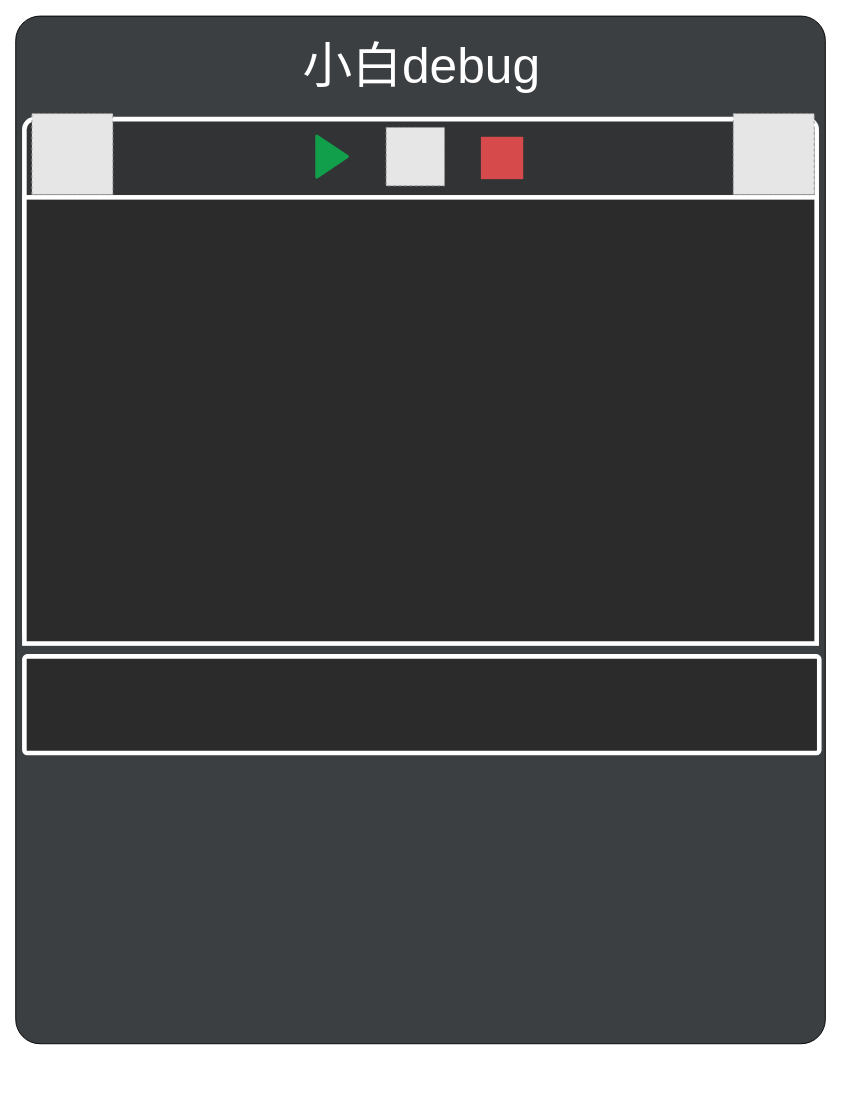
Earlier version of the draw.io diagram network/视频窗口-黑屏.drawio (xiaobaiTech/image). Source tidied: cells renumbered, new cells numbered last; positions are measured from the earlier drawing's top-left corner, leaving out a move shared by most shapes. Both pictures are drawn from the tidied source at 92%, with x=0, y=0 at pixel (16, 16). Pictures stored in the file or linked from it are replaced by grey dashed boxes.
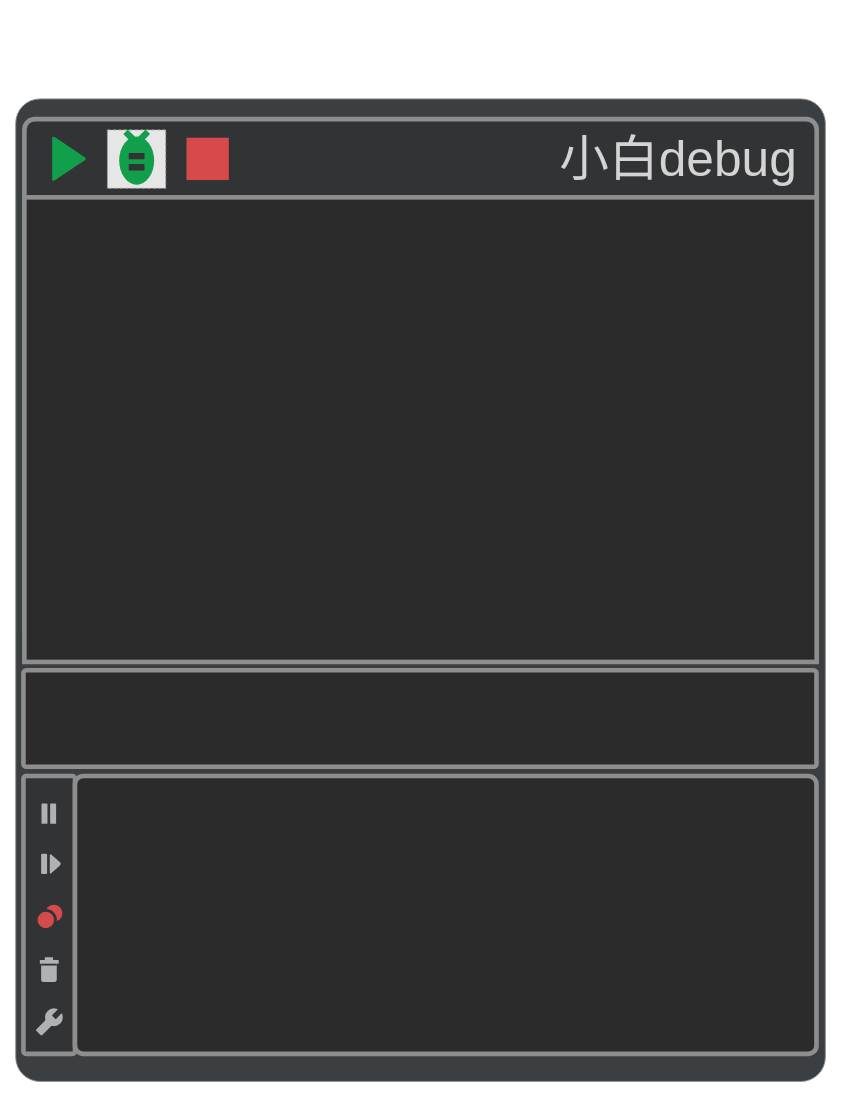
The same page after the edit.

Commit message:
更新视频窗口-黑屏.drawio

What changed in the source:
```diff
@@
-    <mxCell id="2" style="rounded=1;whiteSpace=wrap;html=1;arcSize=3;fillColor=#3b3f41;" parent="1" vertex="1">
-      <mxGeometry x="-0.4" width="880" height="1117" as="geometry" />
+    <mxCell id="2" style="rounded=1;whiteSpace=wrap;html=1;arcSize=3;fillColor=#3b3f41;strokeColor=#8E8E8E;" parent="1" vertex="1">
+      <mxGeometry x="-0.4" y="90" width="880" height="1068" as="geometry" />
     </mxCell>
-    <mxCell id="3" style="rounded=1;whiteSpace=wrap;html=1;arcSize=2;strokeWidth=5;fillColor=#313335;strokeColor=#FFFFFF;" parent="1" vertex="1">
+    <mxCell id="3" style="rounded=1;whiteSpace=wrap;html=1;arcSize=2;strokeWidth=5;fillColor=#313335;strokeColor=#8e8e8e;" parent="1" vertex="1">
       <mxGeometry x="9" y="112" width="861.2" height="569" as="geometry" />
     </mxCell>
-    <mxCell id="4" style="rounded=1;whiteSpace=wrap;html=1;arcSize=0;strokeWidth=5;fillColor=#2b2b2b;strokeColor=#FFFFFF;" parent="1" vertex="1">
-      <mxGeometry x="9" y="197" width="861.2" height="485" as="geometry" />
+    <mxCell id="4" style="rounded=1;whiteSpace=wrap;html=1;arcSize=0;strokeWidth=5;fillColor=#2b2b2b;strokeColor=#8e8e8e;" parent="1" vertex="1">
+      <mxGeometry x="9" y="197" width="861.2" height="505" as="geometry" />
     </mxCell>
-    <mxCell id="5" style="fillColor=#E6E6E6;strokeColor=#999999;dashed=1;verticalLabelPosition=bottom;labelBackgroundColor=default;verticalAlign=top;" parent="1" vertex="1">
-      <mxGeometry x="17.2" y="106" width="88" height="88" as="geometry" />
-    </mxCell>
-    <mxCell id="6" style="fillColor=#E6E6E6;strokeColor=#999999;dashed=1;verticalLabelPosition=bottom;labelBackgroundColor=default;verticalAlign=top;" parent="1" vertex="1">
-      <mxGeometry x="779.5" y="106" width="88" height="88" as="geometry" />
-    </mxCell>
     <mxCell id="7" style="triangle;whiteSpace=wrap;html=1;strokeColor=#129f4b;strokeWidth=2;fontFamily=Helvetica;fontSize=43;fontColor=#FFFFFF;fillColor=#129f4b;arcSize=3;rounded=1;" parent="1" vertex="1">
-      <mxGeometry x="326.2" y="129.2" width="35.2" height="47" as="geometry" />
+      <mxGeometry x="40.2" y="131.5" width="35.2" height="47" as="geometry" />
     </mxCell>
     <mxCell id="8" style="fillColor=#E6E6E6;strokeColor=#999999;dashed=1;verticalLabelPosition=bottom;labelBackgroundColor=default;verticalAlign=top;" parent="1" vertex="1">
-      <mxGeometry x="402.2" y="121" width="63.5" height="63.5" as="geometry" />
+      <mxGeometry x="99.2" y="123.7" width="63.5" height="63.5" as="geometry" />
     </mxCell>
     <mxCell id="9" style="whiteSpace=wrap;html=1;strokeColor=#d64a4b;strokeWidth=2;fontFamily=Helvetica;fontSize=43;fontColor=#FFFFFF;fillColor=#d64a4b;" parent="1" vertex="1">
-      <mxGeometry x="506.2" y="132.2" width="44" height="44" as="geometry" />
+      <mxGeometry x="186.2" y="133.2" width="44" height="44" as="geometry" />
     </mxCell>
-    <mxCell id="10" style="rounded=1;whiteSpace=wrap;html=1;arcSize=3;strokeWidth=5;fillColor=#2b2b2b;strokeColor=#FFFFFF;" parent="1" vertex="1">
-      <mxGeometry x="9" y="696" width="864" height="105" as="geometry" />
+    <mxCell id="10" style="rounded=1;whiteSpace=wrap;html=1;arcSize=3;strokeWidth=5;fillColor=#2b2b2b;strokeColor=#8e8e8e;" parent="1" vertex="1">
+      <mxGeometry x="8" y="711" width="862" height="105" as="geometry" />
     </mxCell>
-    <mxCell id="11" value="&lt;font face=&quot;黑体&quot; color=&quot;#ffffff&quot; style=&quot;font-size: 54px;&quot;&gt;小白debug&lt;/font&gt;" style="text;html=1;strokeColor=none;fillColor=none;align=center;verticalAlign=middle;whiteSpace=wrap;rounded=0;" parent="1" vertex="1">
-      <mxGeometry x="305" y="39" width="272" height="30" as="geometry" />
+    <mxCell id="11" value="&lt;font color=&quot;#d4d4d4&quot; face=&quot;黑体&quot; style=&quot;font-size: 54px;&quot;&gt;小白debug&lt;/font&gt;" style="text;html=1;strokeColor=none;fillColor=none;align=center;verticalAlign=middle;whiteSpace=wrap;rounded=0;" parent="1" vertex="1">
+      <mxGeometry x="584" y="140.2" width="272" height="30" as="geometry" />
     </mxCell>
+    <mxCell id="12" style="ellipse;whiteSpace=wrap;html=1;strokeColor=none;fontColor=#d4d4d4;fillColor=#129F4B;rotation=90;" parent="1" vertex="1">
+      <mxGeometry x="104.8" y="138" width="52.5" height="38" as="geometry" />
+    </mxCell>
+    <mxCell id="13" style="rounded=1;whiteSpace=wrap;html=1;strokeColor=none;fontColor=#d4d4d4;fillColor=#313335;" parent="1" vertex="1">
+      <mxGeometry x="122.4" y="148.7" width="17.2" height="7" as="geometry" />
+    </mxCell>
+    <mxCell id="14" style="rounded=1;whiteSpace=wrap;html=1;strokeColor=none;fontColor=#d4d4d4;fillColor=#313335;" parent="1" vertex="1">
+      <mxGeometry x="122.4" y="160.7" width="17.2" height="7" as="geometry" />
+    </mxCell>
+    <mxCell id="15" style="rounded=1;whiteSpace=wrap;html=1;strokeColor=none;fontColor=#d4d4d4;fillColor=#129F4B;rotation=45;" parent="1" vertex="1">
+      <mxGeometry x="116.4" y="128.4" width="17.2" height="7" as="geometry" />
+    </mxCell>
+    <mxCell id="16" style="rounded=1;whiteSpace=wrap;html=1;strokeColor=none;fontColor=#d4d4d4;fillColor=#129F4B;rotation=45;flipH=1;flipV=1;direction=south;" parent="1" vertex="1">
+      <mxGeometry x="133.6" y="123.2" width="7" height="17.2" as="geometry" />
+    </mxCell>
+    <mxCell id="17" style="rounded=1;whiteSpace=wrap;html=1;strokeColor=#8E8E8E;strokeWidth=5;fontColor=#d4d4d4;fillColor=#313335;arcSize=5;" parent="1" vertex="1">
+      <mxGeometry x="8" y="826" width="56" height="302" as="geometry" />
+    </mxCell>
+    <mxCell id="18" style="rounded=1;whiteSpace=wrap;html=1;strokeColor=none;strokeWidth=5;fontColor=#d4d4d4;fillColor=#afb1b3;" parent="1" vertex="1">
+      <mxGeometry x="27.6" y="856" width="6.5" height="22" as="geometry" />
+    </mxCell>
+    <mxCell id="19" style="rounded=1;whiteSpace=wrap;html=1;strokeColor=none;strokeWidth=5;fontColor=#d4d4d4;fillColor=#afb1b3;" parent="1" vertex="1">
+      <mxGeometry x="37" y="856" width="6.5" height="22" as="geometry" />
+    </mxCell>
+    <mxCell id="20" style="ellipse;whiteSpace=wrap;html=1;strokeColor=none;strokeWidth=3;fontColor=#d4d4d4;fillColor=#d54a4b;" parent="1" vertex="1">
+      <mxGeometry x="31.8" y="966" width="18.5" height="18.5" as="geometry" />
+    </mxCell>
+    <mxCell id="21" style="ellipse;whiteSpace=wrap;html=1;strokeColor=#313335;strokeWidth=3;fontColor=#d4d4d4;fillColor=#d54a4b;" parent="1" vertex="1">
+      <mxGeometry x="21.8" y="972" width="21" height="21" as="geometry" />
+    </mxCell>
+    <mxCell id="22" style="rounded=1;whiteSpace=wrap;html=1;strokeColor=none;strokeWidth=5;fontColor=#d4d4d4;fillColor=#afb1b3;" parent="1" vertex="1">
+      <mxGeometry x="27.2" y="910.5" width="6.5" height="22" as="geometry" />
+    </mxCell>
+    <mxCell id="23" style="triangle;whiteSpace=wrap;html=1;strokeColor=none;strokeWidth=2;fontFamily=Helvetica;fontSize=43;fontColor=#FFFFFF;fillColor=#AFB1B3;arcSize=5;rounded=1;" parent="1" vertex="1">
+      <mxGeometry x="36.6" y="910" width="13" height="23" as="geometry" />
+    </mxCell>
+    <mxCell id="24" style="rounded=1;whiteSpace=wrap;html=1;strokeColor=none;strokeWidth=3;fontColor=#d4d4d4;fillColor=#AFB1B3;" parent="1" vertex="1">
+      <mxGeometry x="27.2" y="1027" width="17" height="23" as="geometry" />
+    </mxCell>
+    <mxCell id="25" style="rounded=1;whiteSpace=wrap;html=1;strokeColor=none;strokeWidth=3;fontColor=#d4d4d4;fillColor=#AFB1B3;" parent="1" vertex="1">
+      <mxGeometry x="25.8" y="1026" width="20.5" height="4" as="geometry" />
+    </mxCell>
+    <mxCell id="26" style="rounded=1;whiteSpace=wrap;html=1;strokeColor=none;strokeWidth=3;fontColor=#d4d4d4;fillColor=#AFB1B3;" parent="1" vertex="1">
+      <mxGeometry x="31.2" y="1023" width="9" height="4" as="geometry" />
+    </mxCell>
+    <mxCell id="27" style="rounded=1;whiteSpace=wrap;html=1;strokeColor=none;strokeWidth=3;fontColor=#d4d4d4;fillColor=#313335;arcSize=0;" parent="1" vertex="1">
+      <mxGeometry x="27.2" y="1030" width="17" height="2" as="geometry" />
+    </mxCell>
+    <mxCell id="28" style="rounded=1;whiteSpace=wrap;html=1;strokeColor=none;strokeWidth=3;fontColor=#d4d4d4;fillColor=#AFB1B3;rotation=-45;" parent="1" vertex="1">
+      <mxGeometry x="20.6" y="1091.7" width="25.8" height="9" as="geometry" />
+    </mxCell>
+    <mxCell id="29" style="ellipse;whiteSpace=wrap;html=1;rounded=1;strokeColor=#AFB1B3;strokeWidth=3;fontColor=#d4d4d4;fillColor=#AFB1B3;" parent="1" vertex="1">
+      <mxGeometry x="32.9" y="1080" width="16.4" height="16.4" as="geometry" />
+    </mxCell>
+    <mxCell id="30" style="rounded=1;whiteSpace=wrap;html=1;strokeColor=none;strokeWidth=3;fontColor=#d4d4d4;fillColor=#313335;rotation=-45;" parent="1" vertex="1">
+      <mxGeometry x="39.2" y="1081" width="12.2" height="5.9" as="geometry" />
+    </mxCell>
+    <mxCell id="31" style="rounded=1;whiteSpace=wrap;html=1;arcSize=3;strokeWidth=5;fillColor=#2b2b2b;strokeColor=#8e8e8e;" parent="1" vertex="1">
+      <mxGeometry x="64" y="826" width="806" height="302" as="geometry" />
+    </mxCell>
```
